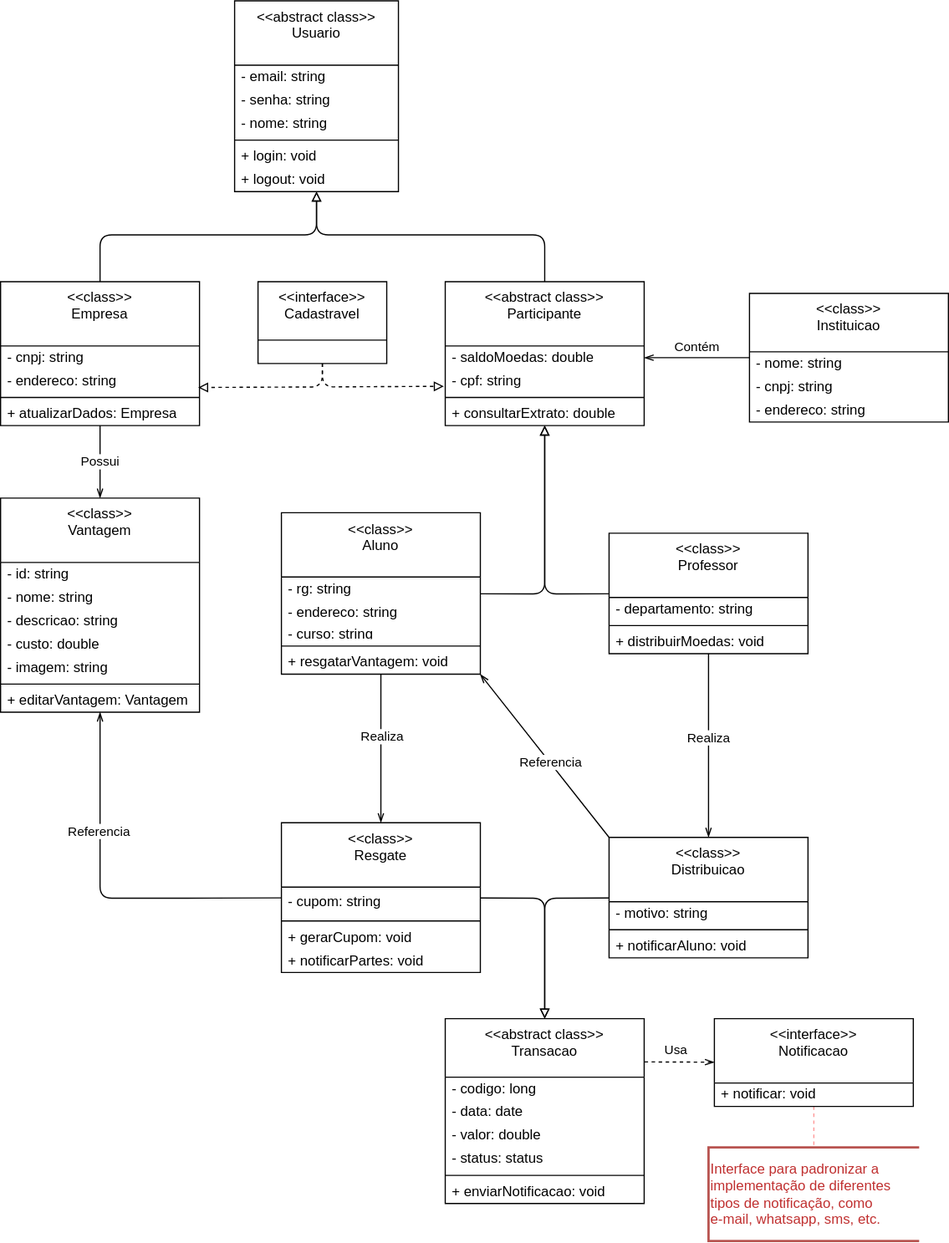
Above: projeto/DiagramaDeClasse.drawio.svg in marcosffp/Sistema-Merito-Digital (draw.io), before the change. Source tidied: cells renumbered, new cells last; positions are measured from the earlier drawing's top-left corner, leaving out a move shared by most shapes.
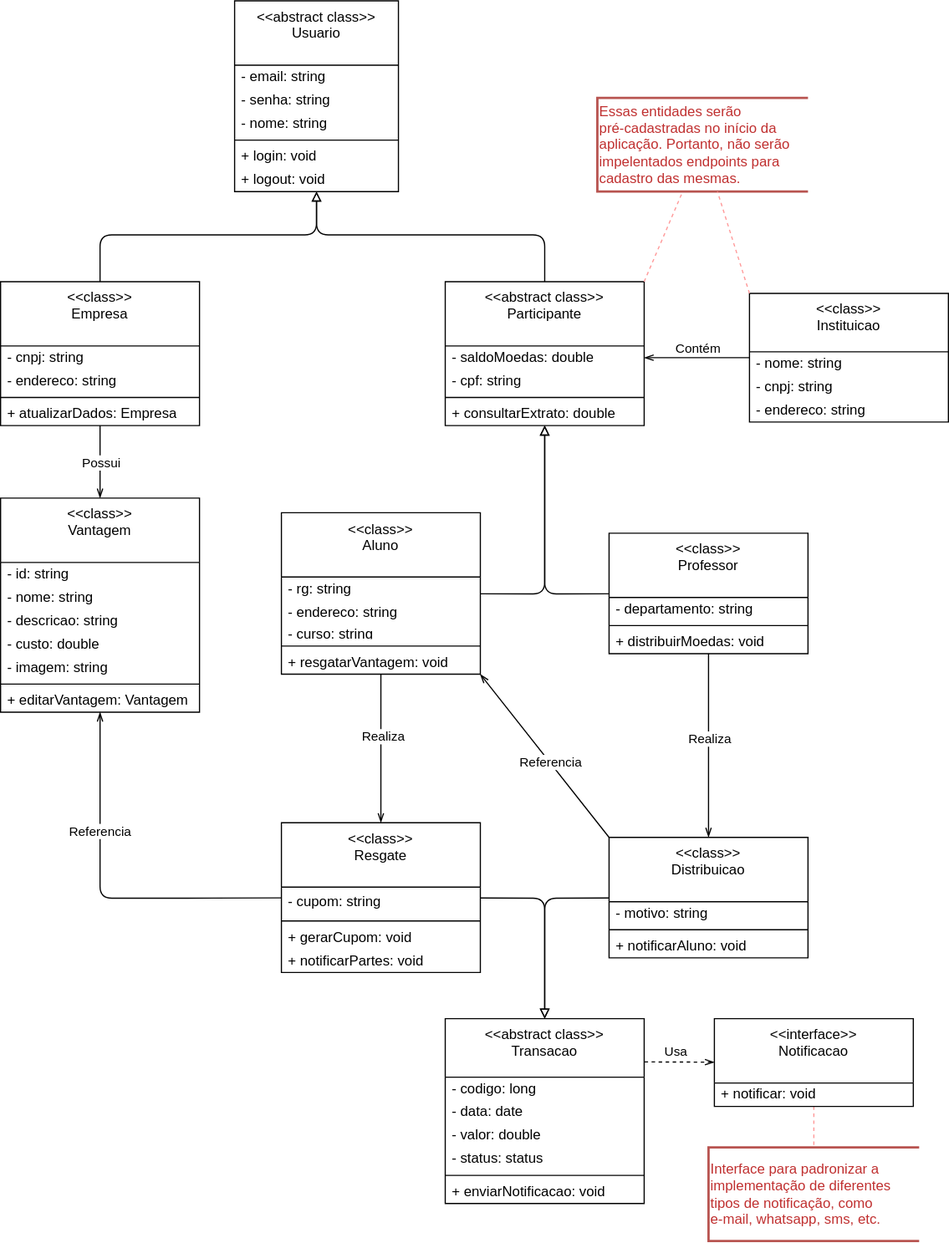
After the commit.

Commit message:
atualizando cores de fundo + correção em diagrama de classes

Diff of the diagram source:
```diff
@@ -1,4 +1,4 @@
-<mxGraphModel background="#ffffff">
+<mxGraphModel background="#FFFFFF">
   <root>
     <mxCell id="0" />
     <mxCell id="1" parent="0" />
@@ -276,22 +276,14 @@
     <mxCell id="80" value="Referencia" style="edgeLabel;html=1;align=center;verticalAlign=middle;" parent="79" vertex="1">
       <mxGeometry x="-0.08" relative="1" as="geometry" />
     </mxCell>
-    <mxCell id="81" style="edgeStyle=none;html=1;entryX=-0.007;entryY=0.723;entryDx=0;entryDy=0;entryPerimeter=0;dashed=1;endArrow=block;endFill=0;" parent="1" edge="1" source="82" target="28">
-      <mxGeometry relative="1" as="geometry">
-        <Array as="points">
-          <mxPoint x="275" y="330" />
-        </Array>
-      </mxGeometry>
-    </mxCell>
-    <mxCell id="82" value="&amp;lt;&amp;lt;interface&amp;gt;&amp;gt;&lt;div&gt;Cadastravel&lt;/div&gt;" style="swimlane;fontStyle=0;align=center;verticalAlign=top;horizontal=1;startSize=50;html=1;whiteSpace=wrap;" parent="1" vertex="1">
-      <mxGeometry x="220" y="240" width="110" height="70" as="geometry" />
-    </mxCell>
-    <mxCell id="83" style="edgeStyle=none;html=1;entryX=0.993;entryY=0.772;entryDx=0;entryDy=0;entryPerimeter=0;endArrow=block;endFill=0;dashed=1;" parent="1" edge="1" source="82" target="14">
-      <mxGeometry relative="1" as="geometry">
-        <Array as="points">
-          <mxPoint x="275" y="330" />
-        </Array>
-      </mxGeometry>
-    </mxCell>
+    <mxCell id="84" style="edgeStyle=none;html=1;endArrow=none;endFill=0;strokeColor=#FF9999;dashed=1;exitX=1;exitY=0;exitDx=0;exitDy=0;" parent="1" edge="1" source="26" target="85">
+      <mxGeometry relative="1" as="geometry" />
+    </mxCell>
+    <mxCell id="85" value="&lt;span style=&quot;background-color: light-dark(#ffffff, var(--ge-dark-color, #121212));&quot;&gt;&lt;font style=&quot;color: light-dark(rgb(192, 48, 48), rgb(237, 237, 237));&quot;&gt;&amp;nbsp; Essas entidades serão&amp;nbsp;&lt;/font&gt;&lt;/span&gt;&lt;div&gt;&lt;span style=&quot;background-color: light-dark(#ffffff, var(--ge-dark-color, #121212));&quot;&gt;&lt;font style=&quot;color: light-dark(rgb(192, 48, 48), rgb(237, 237, 237));&quot;&gt;&amp;nbsp; pré-cadastradas no início da&lt;/font&gt;&lt;/span&gt;&lt;/div&gt;&lt;div&gt;&lt;span style=&quot;background-color: light-dark(#ffffff, var(--ge-dark-color, #121212));&quot;&gt;&lt;font style=&quot;color: light-dark(rgb(192, 48, 48), rgb(237, 237, 237));&quot;&gt;&amp;nbsp; aplicação. Portanto, não serão&lt;/font&gt;&lt;/span&gt;&lt;/div&gt;&lt;div&gt;&lt;span style=&quot;background-color: light-dark(#ffffff, var(--ge-dark-color, #121212));&quot;&gt;&lt;font style=&quot;color: light-dark(rgb(192, 48, 48), rgb(237, 237, 237));&quot;&gt;&amp;nbsp; impelentados endpoints para&lt;/font&gt;&lt;/span&gt;&lt;/div&gt;&lt;div&gt;&lt;span style=&quot;background-color: light-dark(#ffffff, var(--ge-dark-color, #121212));&quot;&gt;&lt;font style=&quot;color: light-dark(rgb(192, 48, 48), rgb(237, 237, 237));&quot;&gt;&amp;nbsp; cadastro das mesmas.&lt;/font&gt;&lt;/span&gt;&lt;/div&gt;" style="strokeWidth=2;html=1;shape=mxgraph.flowchart.annotation_1;align=left;fillColor=#f8cecc;strokeColor=#b85450;" parent="1" vertex="1">
+      <mxGeometry x="510" y="83" width="180" height="80" as="geometry" />
+    </mxCell>
+    <mxCell id="86" style="edgeStyle=none;html=1;endArrow=none;endFill=0;strokeColor=#FF9999;dashed=1;exitX=0;exitY=0;exitDx=0;exitDy=0;" parent="1" edge="1" source="73" target="85">
+      <mxGeometry relative="1" as="geometry" />
+    </mxCell>
   </root>
 </mxGraphModel>
```
